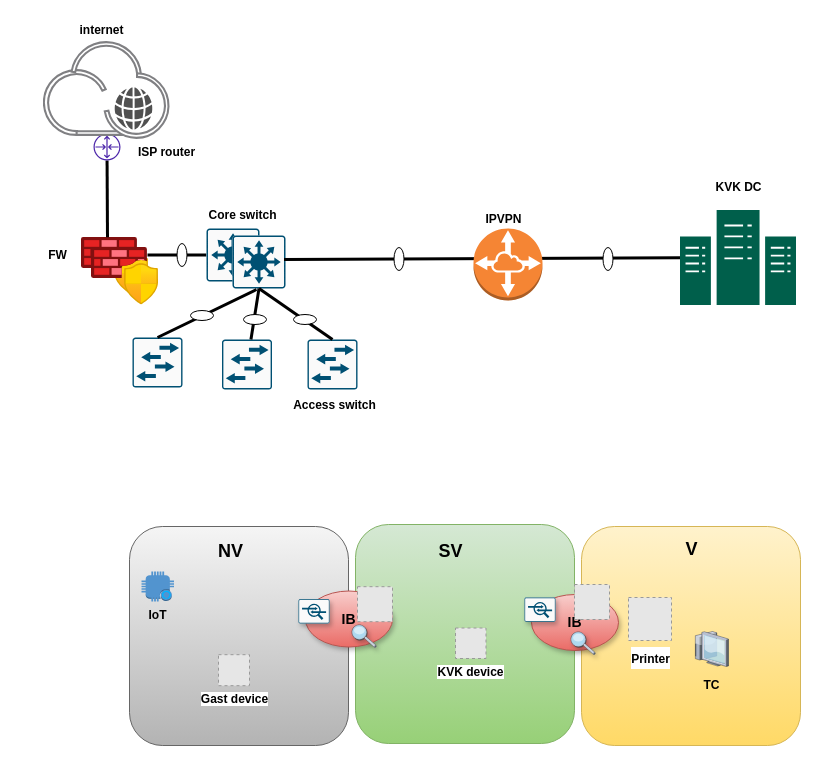
mhwwas/Terraform keeps this draw.io diagram as test.drawio. Above is the earlier version. Source tidied: cells renumbered, new cells numbered last; positions are measured from the earlier drawing's top-left corner, leaving out a move shared by most shapes. Both pictures are drawn from the tidied source at 100%, with x=0, y=0 at pixel (38, 17). Pictures stored in the file or linked from it are replaced by grey dashed boxes.
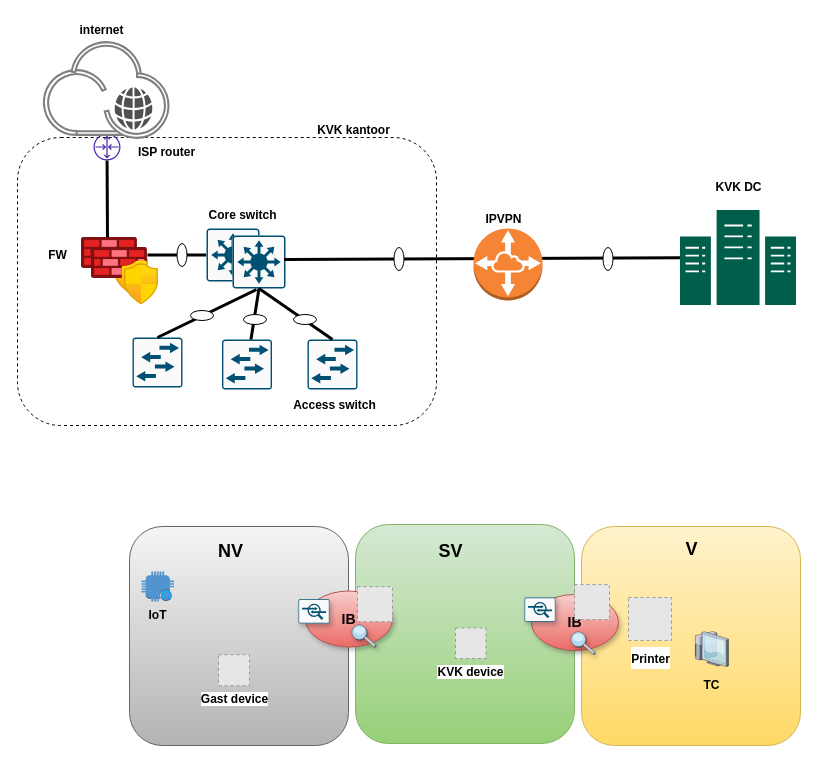
The same diagram, later.

Change to the diagram source:
```diff
@@
+    <mxCell id="52" style="rounded=1;whiteSpace=wrap;html=1;dashed=1;" parent="1" vertex="1">
+      <mxGeometry x="-21" y="120" width="419" height="288" as="geometry" />
+    </mxCell>
@@
+    <mxCell id="53" value="&lt;b&gt;KVK kantoor&lt;/b&gt;" style="text;html=1;align=center;verticalAlign=middle;fillColor=none;strokeColor=none;rounded=0;" parent="1" vertex="1">
+      <mxGeometry x="269" y="100" width="91" height="26" as="geometry" />
+    </mxCell>
```
